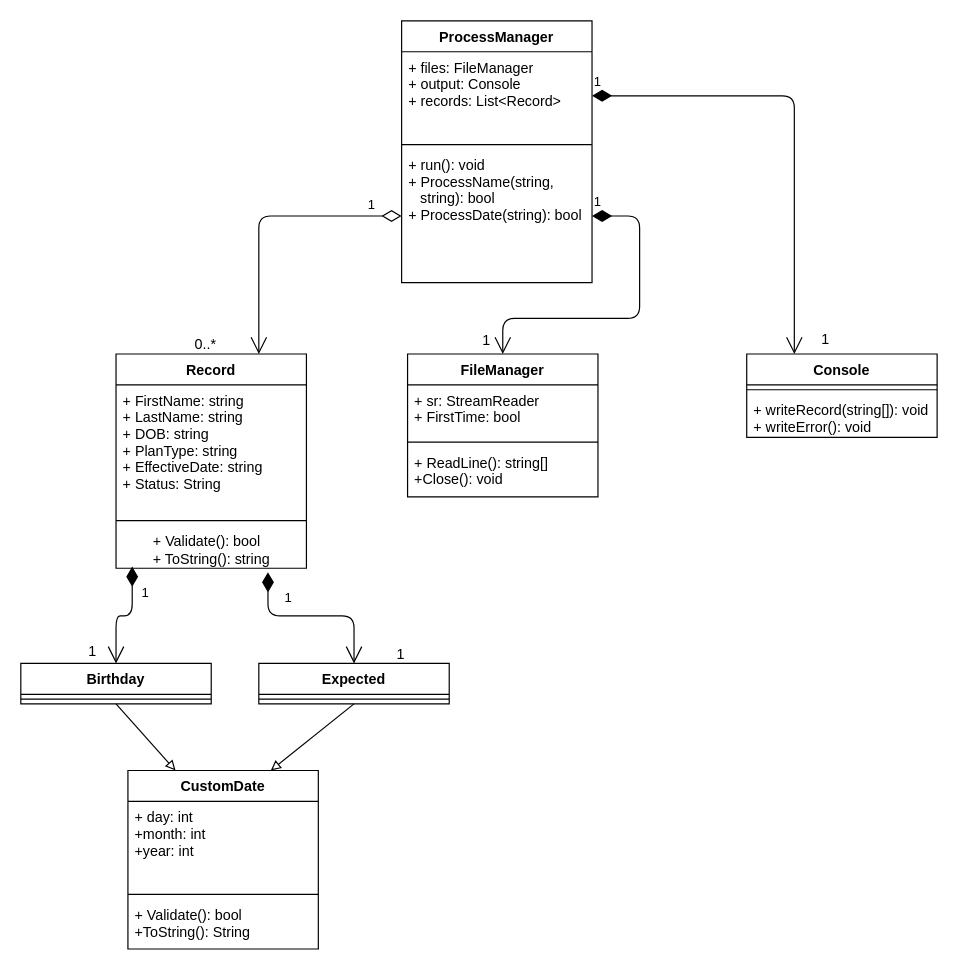
Above: ClassDiagrams/FinalClassDiagram.drawio in felerskih/HSAEnrollmentApp (draw.io), before the change. Source tidied: cells renumbered, new cells numbered last; positions are measured from the earlier drawing's top-left corner, leaving out a move shared by most shapes. Both pictures are drawn from the tidied source at 119%, with x=0, y=0 at pixel (20, 20).
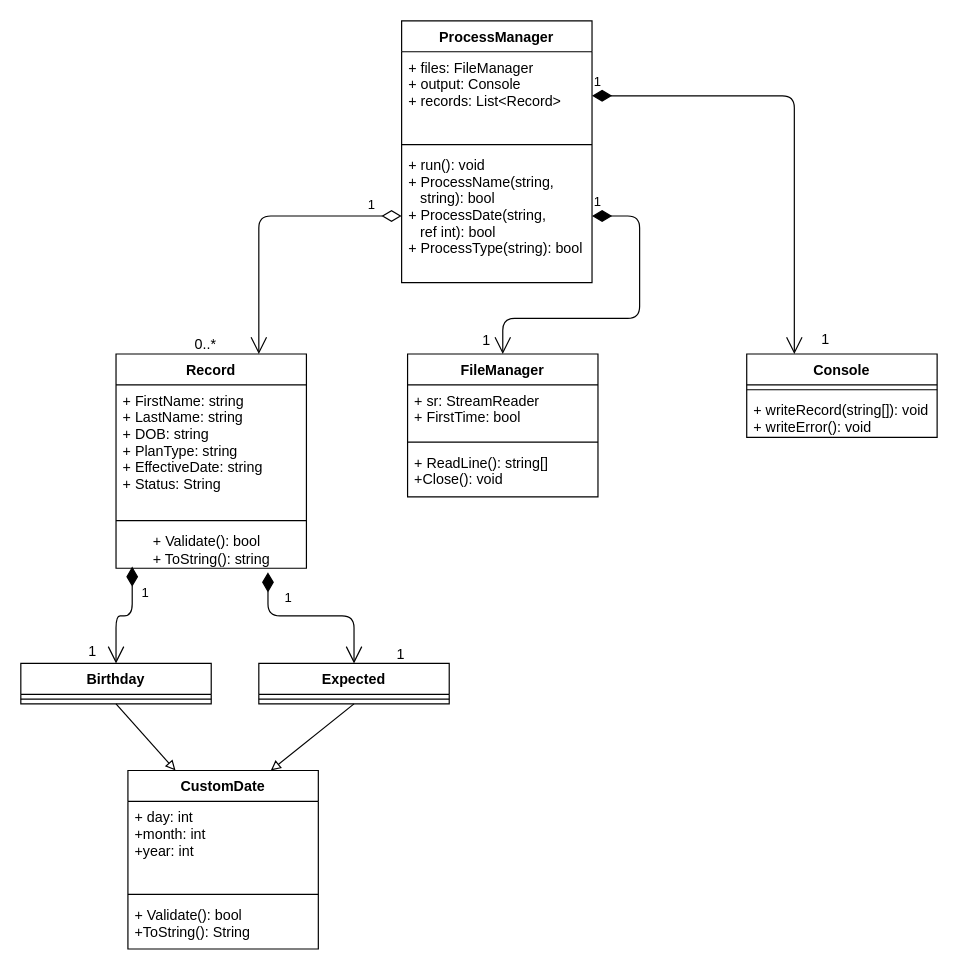
After the change.

Unchanged cells that the change refers to:
```xml
<mxCell id="2" value="ProcessManager" style="swimlane;fontStyle=1;align=center;verticalAlign=top;horizontal=1;startSize=26;" parent="1" vertex="1">
  <mxGeometry x="320" width="160" height="220" as="geometry" />
</mxCell>
```

What changed in the source:
```diff
@@
-    <mxCell id="5" value="+ run(): void&#10;+ ProcessName(string, &#10;   string): bool&#10;+ ProcessDate(string): bool&#10;" style="text;strokeColor=none;fillColor=none;align=left;verticalAlign=top;spacingLeft=4;spacingRight=4;overflow=hidden;points=[[0,0.5],[1,0.5]];portConstraint=eastwest;" parent="2" vertex="1">
+    <mxCell id="5" value="+ run(): void&#10;+ ProcessName(string, &#10;   string): bool&#10;+ ProcessDate(string, &#10;   ref int): bool&#10;+ ProcessType(string): bool" style="text;strokeColor=none;fillColor=none;align=left;verticalAlign=top;spacingLeft=4;spacingRight=4;overflow=hidden;points=[[0,0.5],[1,0.5]];portConstraint=eastwest;" parent="2" vertex="1">
       <mxGeometry y="108" width="160" height="112" as="geometry" />
     </mxCell>
```
